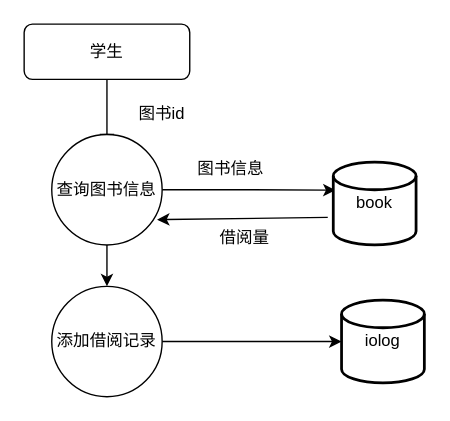
Before: 未命名绘图.drawio in zhouzhouzuo/ImagHost, a draw.io diagram. Source tidied: cells renumbered, new cells numbered last; positions are measured from the earlier drawing's top-left corner, leaving out a move shared by most shapes. Both pictures are drawn from the tidied source at 138%, with x=0, y=0 at pixel (23, 23).
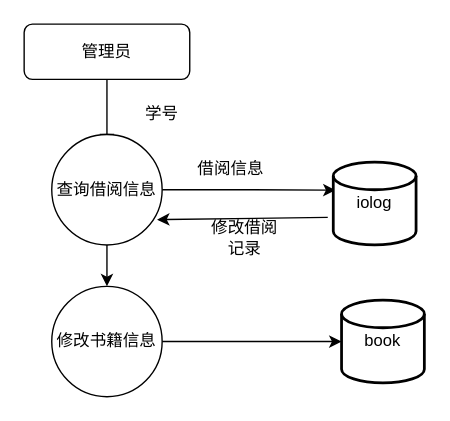
The same diagram, later.

Commit message:
更新未命名绘图.drawio

Change to the diagram source:
```diff
@@
 <mxGraphModel>
   <root>
     <mxCell id="0" />
     <mxCell id="1" parent="0" />
     <mxCell id="2" style="rounded=0;html=1;jettySize=auto;fontSize=11;endArrow=block;endFill=0;endSize=8;strokeWidth=1;shadow=0;labelBackgroundColor=none;edgeStyle=orthogonalEdgeStyle;" parent="1" edge="1" source="3">
       <mxGeometry relative="1" as="geometry">
         <mxPoint x="60" y="90" as="targetPoint" />
       </mxGeometry>
     </mxCell>
-    <mxCell id="3" value="学生" style="rounded=1;whiteSpace=wrap;html=1;fontSize=12;glass=0;strokeWidth=1;shadow=0;" parent="1" vertex="1">
+    <mxCell id="3" value="管理员" style="rounded=1;whiteSpace=wrap;html=1;fontSize=12;glass=0;strokeWidth=1;shadow=0;" parent="1" vertex="1">
       <mxGeometry width="120" height="40" as="geometry" />
     </mxCell>
-    <mxCell id="4" value="图书id" style="text;html=1;strokeColor=none;fillColor=none;align=center;verticalAlign=middle;whiteSpace=wrap;rounded=0;" parent="1" vertex="1">
+    <mxCell id="4" value="学号" style="text;html=1;strokeColor=none;fillColor=none;align=center;verticalAlign=middle;whiteSpace=wrap;rounded=0;" parent="1" vertex="1">
       <mxGeometry x="70" y="50" width="60" height="30" as="geometry" />
     </mxCell>
     <mxCell id="5" style="edgeStyle=orthogonalEdgeStyle;rounded=0;jettySize=auto;html=1;exitX=1;exitY=0.5;exitDx=0;exitDy=0;entryX=0.028;entryY=0.339;entryDx=0;entryDy=0;entryPerimeter=0;" parent="1" edge="1" source="7" target="8">
       <mxGeometry relative="1" as="geometry" />
     </mxCell>
     <mxCell id="6" style="edgeStyle=orthogonalEdgeStyle;rounded=0;jettySize=auto;html=1;exitX=0.5;exitY=1;exitDx=0;exitDy=0;entryX=0.5;entryY=0;entryDx=0;entryDy=0;" parent="1" edge="1" source="7" target="13">
       <mxGeometry relative="1" as="geometry" />
     </mxCell>
-    <mxCell id="7" value="查询图书信息" style="ellipse;whiteSpace=wrap;html=1;" parent="1" vertex="1">
+    <mxCell id="7" value="查询借阅信息" style="ellipse;whiteSpace=wrap;html=1;" parent="1" vertex="1">
       <mxGeometry x="20" y="80" width="80" height="80" as="geometry" />
     </mxCell>
-    <mxCell id="8" value="book" style="strokeWidth=2;html=1;shape=mxgraph.flowchart.database;whiteSpace=wrap;" parent="1" vertex="1">
+    <mxCell id="8" value="iolog" style="strokeWidth=2;html=1;shape=mxgraph.flowchart.database;whiteSpace=wrap;" parent="1" vertex="1">
       <mxGeometry x="224" y="100" width="60" height="60" as="geometry" />
     </mxCell>
-    <mxCell id="9" value="图书信息" style="text;html=1;strokeColor=none;fillColor=none;align=center;verticalAlign=middle;whiteSpace=wrap;rounded=0;" parent="1" vertex="1">
+    <mxCell id="9" value="借阅信息" style="text;html=1;strokeColor=none;fillColor=none;align=center;verticalAlign=middle;whiteSpace=wrap;rounded=0;" parent="1" vertex="1">
       <mxGeometry x="120" y="90" width="60" height="30" as="geometry" />
     </mxCell>
     <mxCell id="10" style="endArrow=classic;html=1;rounded=0;entryX=0.954;entryY=0.771;entryDx=0;entryDy=0;entryPerimeter=0;" parent="1" edge="1" target="7">
       <mxGeometry relative="1" as="geometry">
         <mxPoint x="220" y="140" as="sourcePoint" />
       </mxGeometry>
     </mxCell>
-    <mxCell id="11" value="借阅量" style="text;html=1;strokeColor=none;fillColor=none;align=center;verticalAlign=middle;whiteSpace=wrap;rounded=0;" parent="1" vertex="1">
+    <mxCell id="11" value="修改借阅记录" style="text;html=1;strokeColor=none;fillColor=none;align=center;verticalAlign=middle;whiteSpace=wrap;rounded=0;" parent="1" vertex="1">
       <mxGeometry x="130" y="140" width="60" height="30" as="geometry" />
     </mxCell>
     <mxCell id="12" style="edgeStyle=orthogonalEdgeStyle;rounded=0;jettySize=auto;html=1;exitX=1;exitY=0.5;exitDx=0;exitDy=0;entryX=0;entryY=0.5;entryDx=0;entryDy=0;entryPerimeter=0;" parent="1" edge="1" source="13" target="14">
       <mxGeometry relative="1" as="geometry" />
     </mxCell>
-    <mxCell id="13" value="添加借阅记录" style="ellipse;whiteSpace=wrap;html=1;" parent="1" vertex="1">
+    <mxCell id="13" value="修改书籍信息" style="ellipse;whiteSpace=wrap;html=1;" parent="1" vertex="1">
       <mxGeometry x="20" y="190" width="80" height="80" as="geometry" />
     </mxCell>
-    <mxCell id="14" value="iolog" style="strokeWidth=2;html=1;shape=mxgraph.flowchart.database;whiteSpace=wrap;" parent="1" vertex="1">
+    <mxCell id="14" value="book" style="strokeWidth=2;html=1;shape=mxgraph.flowchart.database;whiteSpace=wrap;" parent="1" vertex="1">
       <mxGeometry x="230" y="200" width="60" height="60" as="geometry" />
     </mxCell>
   </root>
 </mxGraphModel>
```
